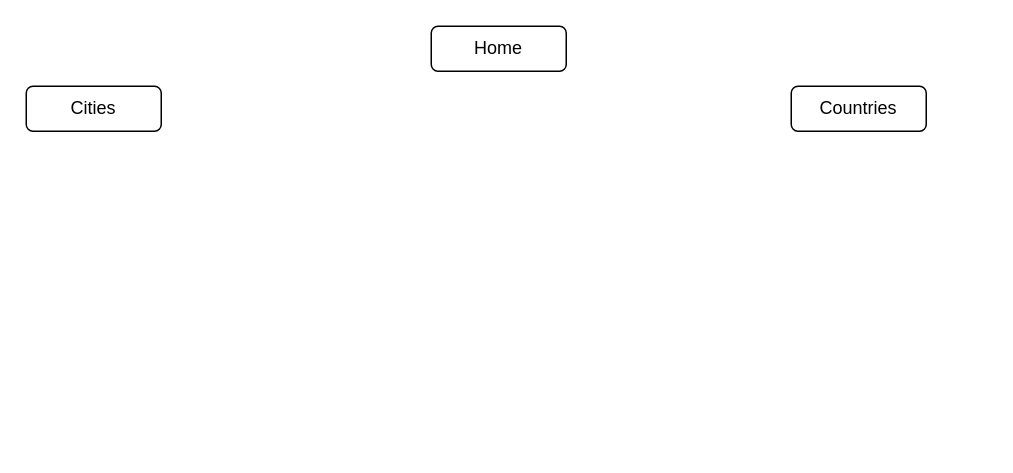
This is page "site_map" (7 of 7) of PDA/pda_python_project.drawio from mwmarszalek/CodeClan, a draw.io file, before an edit. Source tidied: cells renumbered, new cells numbered last; positions are measured from the earlier drawing's top-left corner, leaving out a move shared by most shapes. Both pictures are drawn from the tidied source at 150%, with x=0, y=0 at pixel (26, 26).
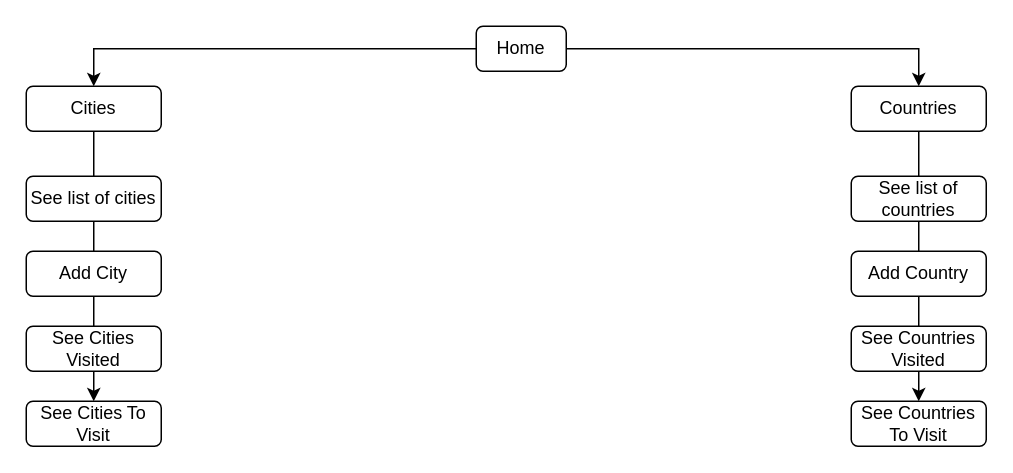
After the change.

What changed in the source:
```diff
@@
 <mxGraphModel>
   <root>
     <mxCell id="0" />
     <mxCell id="1" parent="0" />
+    <mxCell id="5" style="edgeStyle=orthogonalEdgeStyle;rounded=0;jettySize=auto;html=1;entryX=0.5;entryY=0;entryDx=0;entryDy=0;" parent="1" edge="1" source="2" target="3">
+      <mxGeometry relative="1" as="geometry" />
+    </mxCell>
+    <mxCell id="6" style="edgeStyle=orthogonalEdgeStyle;rounded=0;jettySize=auto;html=1;exitX=1;exitY=0.5;exitDx=0;exitDy=0;entryX=0.5;entryY=0;entryDx=0;entryDy=0;" parent="1" edge="1" source="2" target="4">
+      <mxGeometry relative="1" as="geometry" />
+    </mxCell>
     <mxCell id="2" value="Home" style="rounded=1;whiteSpace=wrap;html=1;" parent="1" vertex="1">
-      <mxGeometry x="270" width="90" height="30" as="geometry" />
+      <mxGeometry x="300" width="60" height="30" as="geometry" />
     </mxCell>
+    <mxCell id="7" style="edgeStyle=orthogonalEdgeStyle;rounded=0;jettySize=auto;html=1;" parent="1" edge="1" source="3" target="9">
+      <mxGeometry relative="1" as="geometry" />
+    </mxCell>
     <mxCell id="3" value="Cities" style="rounded=1;whiteSpace=wrap;html=1;" parent="1" vertex="1">
       <mxGeometry y="40" width="90" height="30" as="geometry" />
     </mxCell>
+    <mxCell id="8" value="See list of cities" style="rounded=1;whiteSpace=wrap;html=1;" parent="1" vertex="1">
+      <mxGeometry y="100" width="90" height="30" as="geometry" />
+    </mxCell>
+    <mxCell id="9" value="See Cities To Visit" style="rounded=1;whiteSpace=wrap;html=1;" parent="1" vertex="1">
+      <mxGeometry y="250" width="90" height="30" as="geometry" />
+    </mxCell>
+    <mxCell id="10" value="Add City" style="rounded=1;whiteSpace=wrap;html=1;" parent="1" vertex="1">
+      <mxGeometry y="150" width="90" height="30" as="geometry" />
+    </mxCell>
+    <mxCell id="11" value="See Cities Visited" style="rounded=1;whiteSpace=wrap;html=1;" parent="1" vertex="1">
+      <mxGeometry y="200" width="90" height="30" as="geometry" />
+    </mxCell>
+    <mxCell id="12" style="edgeStyle=orthogonalEdgeStyle;rounded=0;jettySize=auto;html=1;exitX=0.5;exitY=1;exitDx=0;exitDy=0;" parent="1" edge="1" source="4" target="14">
+      <mxGeometry relative="1" as="geometry" />
+    </mxCell>
     <mxCell id="4" value="Countries" style="rounded=1;whiteSpace=wrap;html=1;" parent="1" vertex="1">
-      <mxGeometry x="510" y="40" width="90" height="30" as="geometry" />
+      <mxGeometry x="550" y="40" width="90" height="30" as="geometry" />
     </mxCell>
+    <mxCell id="13" value="See list of countries" style="rounded=1;whiteSpace=wrap;html=1;" parent="1" vertex="1">
+      <mxGeometry x="550" y="100" width="90" height="30" as="geometry" />
+    </mxCell>
+    <mxCell id="14" value="See Countries To Visit" style="rounded=1;whiteSpace=wrap;html=1;" parent="1" vertex="1">
+      <mxGeometry x="550" y="250" width="90" height="30" as="geometry" />
+    </mxCell>
+    <mxCell id="15" value="Add Country" style="rounded=1;whiteSpace=wrap;html=1;" parent="1" vertex="1">
+      <mxGeometry x="550" y="150" width="90" height="30" as="geometry" />
+    </mxCell>
+    <mxCell id="16" value="See Countries Visited" style="rounded=1;whiteSpace=wrap;html=1;" parent="1" vertex="1">
+      <mxGeometry x="550" y="200" width="90" height="30" as="geometry" />
+    </mxCell>
   </root>
 </mxGraphModel>
```
